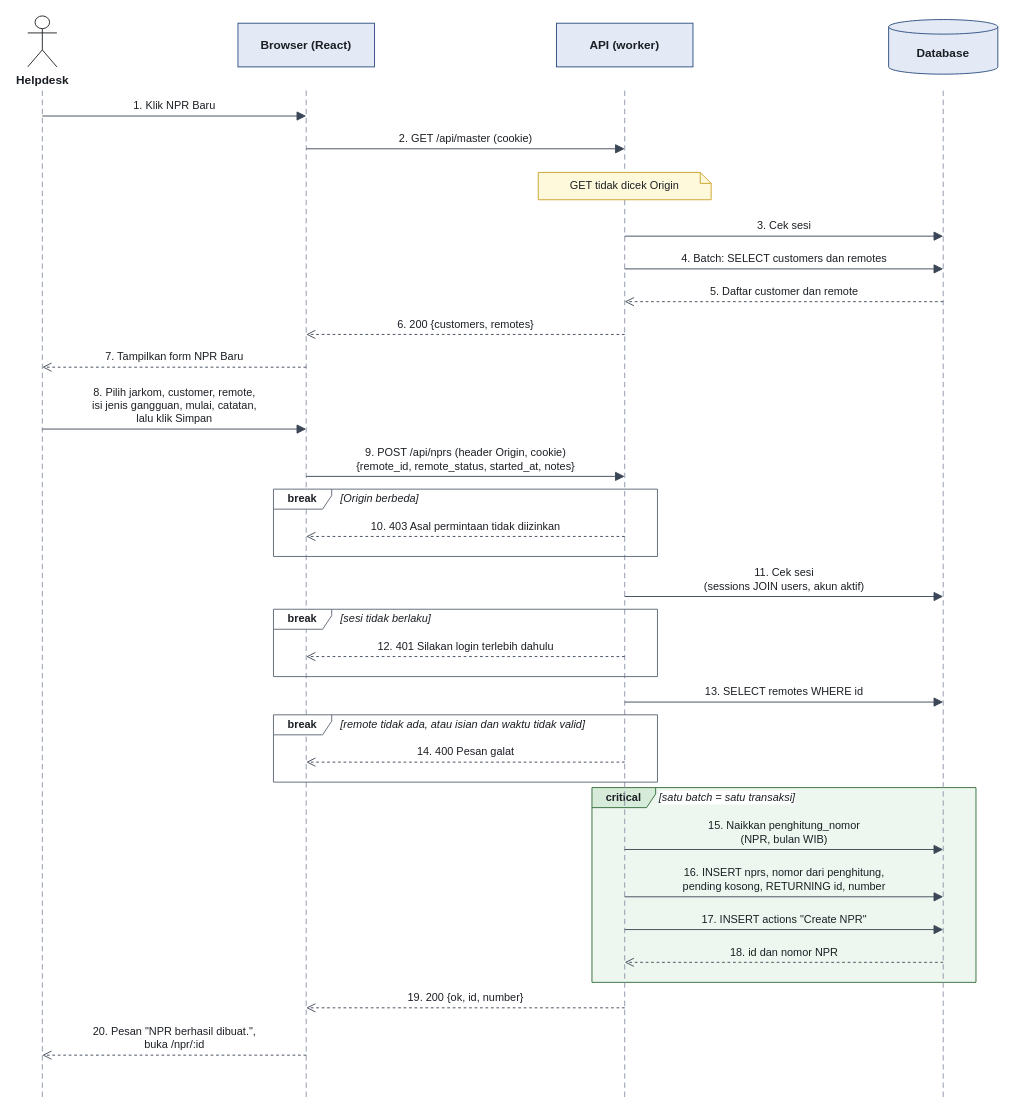
Above: review/gambar/diagram/04b-sequence-buat-npr.drawio in felicidad126/tyio (draw.io), before the change. Source tidied: cells renumbered, new cells numbered last; positions are measured from the earlier drawing's top-left corner, leaving out a move shared by most shapes. Both pictures are drawn from the tidied source at 91%, with x=0, y=0 at pixel (27, 15).
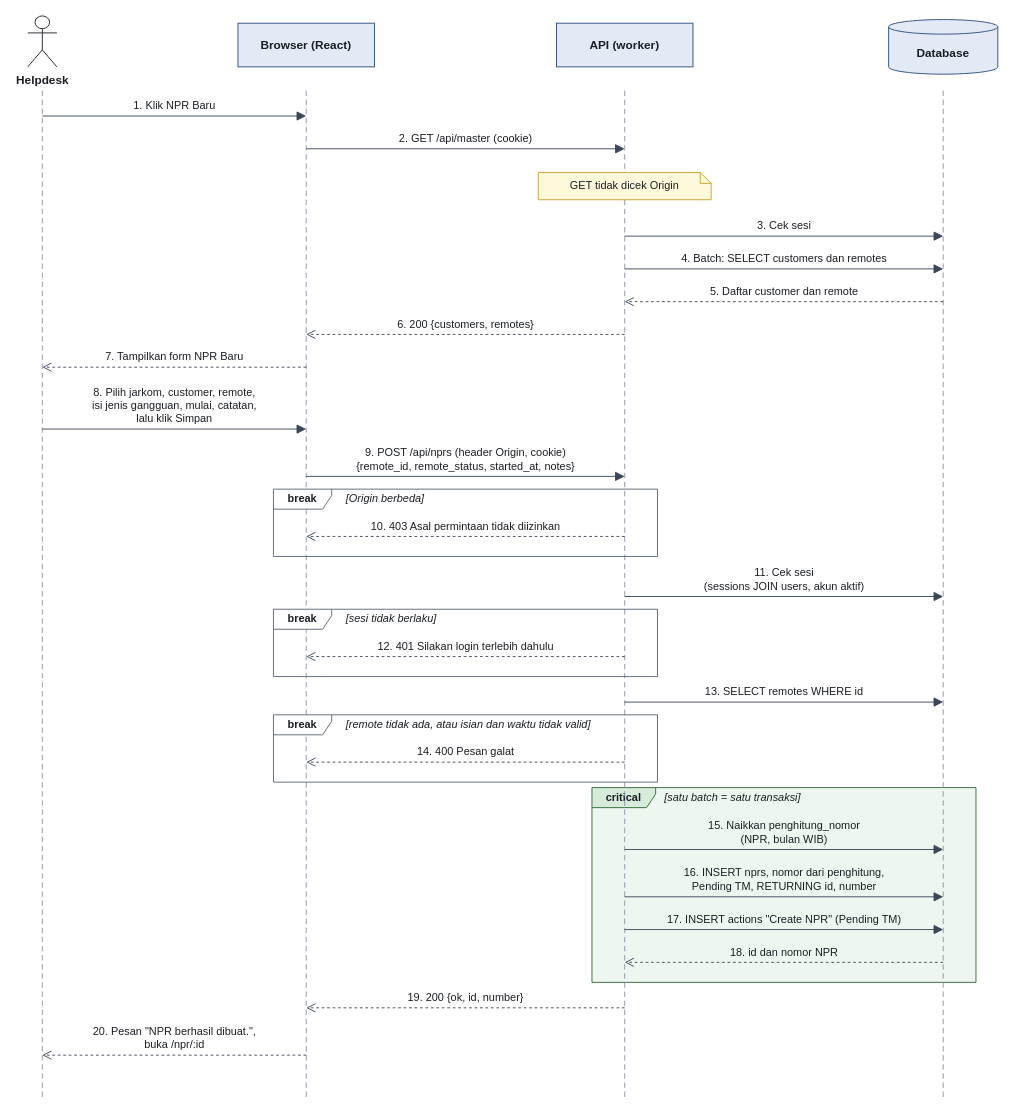
The same diagram, later.

Change to the diagram source:
```diff
@@
     <mxCell id="8" value="[Origin berbeda]" style="fontFamily=Arial;fontColor=#1B1F24;text;html=1;fontSize=12;fontStyle=2;align=left;verticalAlign=middle;labelBackgroundColor=#FFFFFF;" parent="1" vertex="1">
-      <mxGeometry x="342" y="521" width="342" height="20" as="geometry" />
+      <mxGeometry x="348" y="521" width="336" height="20" as="geometry" />
     </mxCell>
@@
     <mxCell id="10" value="[sesi tidak berlaku]" style="fontFamily=Arial;fontColor=#1B1F24;text;html=1;fontSize=12;fontStyle=2;align=left;verticalAlign=middle;labelBackgroundColor=#FFFFFF;" parent="1" vertex="1">
-      <mxGeometry x="342" y="653" width="342" height="20" as="geometry" />
+      <mxGeometry x="348" y="653" width="336" height="20" as="geometry" />
     </mxCell>
@@
     <mxCell id="12" value="[remote tidak ada, atau isian dan waktu tidak valid]" style="fontFamily=Arial;fontColor=#1B1F24;text;html=1;fontSize=12;fontStyle=2;align=left;verticalAlign=middle;labelBackgroundColor=#FFFFFF;" parent="1" vertex="1">
-      <mxGeometry x="342" y="769" width="342" height="20" as="geometry" />
+      <mxGeometry x="348" y="769" width="336" height="20" as="geometry" />
     </mxCell>
-    <mxCell id="13" value="[satu batch = satu transaksi]" style="fontFamily=Arial;fontColor=#1B1F24;text;html=1;fontSize=12;fontStyle=2;align=left;verticalAlign=middle;labelBackgroundColor=#FFFFFF;" parent="1" vertex="1">
-      <mxGeometry x="692" y="849" width="342" height="20" as="geometry" />
+    <mxCell id="13" value="[satu batch = satu transaksi]" style="fontFamily=Arial;fontColor=#1B1F24;text;html=1;fontSize=12;fontStyle=2;align=left;verticalAlign=middle;labelBackgroundColor=#EEF7EF;" parent="1" vertex="1">
+      <mxGeometry x="698" y="849" width="336" height="20" as="geometry" />
     </mxCell>
@@
-    <mxCell id="34" value="16. INSERT nprs, nomor dari penghitung,&#10;pending kosong, RETURNING id, number" style="fontFamily=Arial;fontColor=#1B1F24;html=1;verticalAlign=bottom;endArrow=block;endFill=1;endSize=8;strokeColor=#3B4656;fontSize=12;labelBackgroundColor=none;spacingBottom=2;" parent="1" edge="1">
+    <mxCell id="34" value="16. INSERT nprs, nomor dari penghitung,&#10;Pending TM, RETURNING id, number" style="fontFamily=Arial;fontColor=#1B1F24;html=1;verticalAlign=bottom;endArrow=block;endFill=1;endSize=8;strokeColor=#3B4656;fontSize=12;labelBackgroundColor=none;spacingBottom=2;" parent="1" edge="1">
       <mxGeometry relative="1" as="geometry">
         <mxPoint x="656" y="968" as="sourcePoint" />
         <mxPoint x="1006" y="968" as="targetPoint" />
       </mxGeometry>
     </mxCell>
-    <mxCell id="35" value="17. INSERT actions &quot;Create NPR&quot;" style="fontFamily=Arial;fontColor=#1B1F24;html=1;verticalAlign=bottom;endArrow=block;endFill=1;endSize=8;strokeColor=#3B4656;fontSize=12;labelBackgroundColor=none;spacingBottom=2;" parent="1" edge="1">
+    <mxCell id="35" value="17. INSERT actions &quot;Create NPR&quot; (Pending TM)" style="fontFamily=Arial;fontColor=#1B1F24;html=1;verticalAlign=bottom;endArrow=block;endFill=1;endSize=8;strokeColor=#3B4656;fontSize=12;labelBackgroundColor=none;spacingBottom=2;" parent="1" edge="1">
       <mxGeometry relative="1" as="geometry">
         <mxPoint x="656" y="1004" as="sourcePoint" />
         <mxPoint x="1006" y="1004" as="targetPoint" />
       </mxGeometry>
     </mxCell>
```
